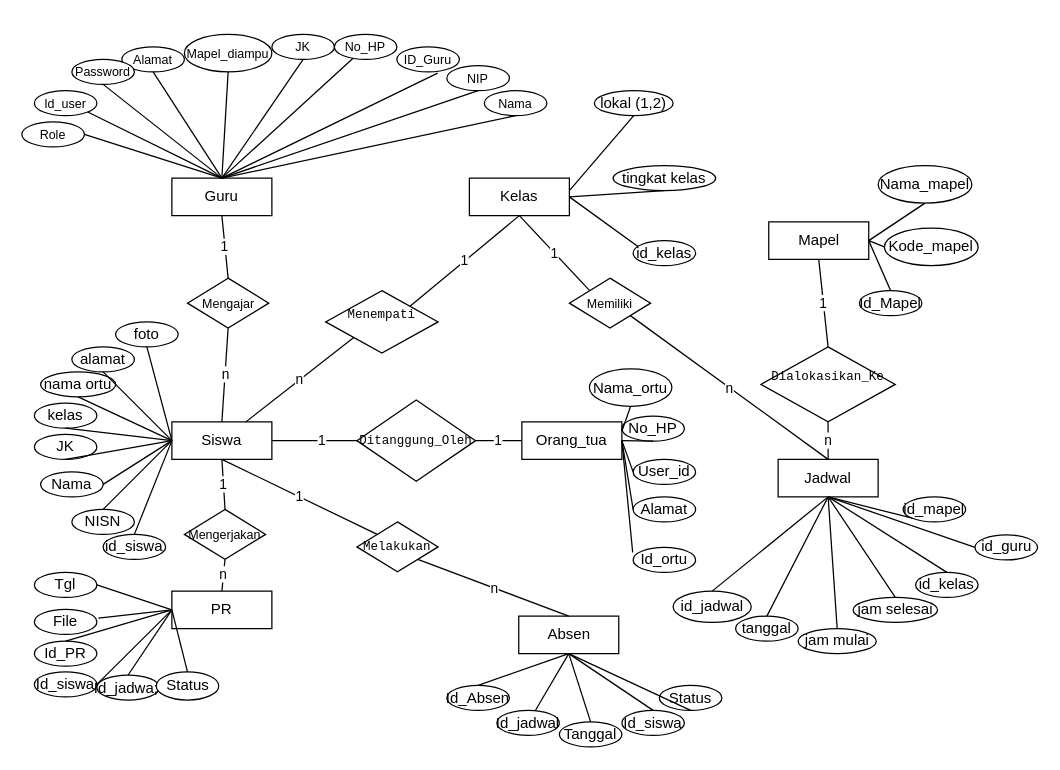
The draw.io diagram page "erd" (1 of 3) of Diagram Tanpa Judul.drawio in bayudani/diagram, before the edit. Source tidied: cells renumbered, new cells numbered last; positions are measured from the earlier drawing's top-left corner, leaving out a move shared by most shapes. Both pictures are drawn from the tidied source at 125%, with x=0, y=0 at pixel (21, 34).
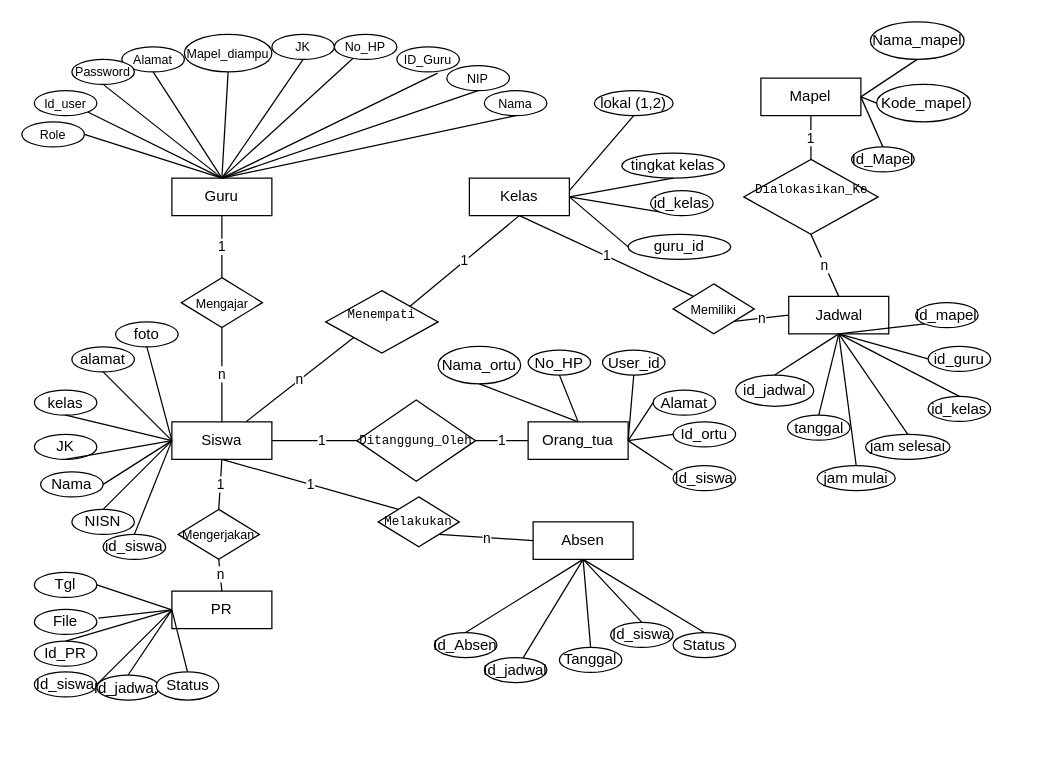
The same diagram, later.

The change refers to these unchanged cells:
```xml
<mxCell id="2" value="Siswa" style="rounded=0;whiteSpace=wrap;html=1;" parent="1" vertex="1">
  <mxGeometry x="120" y="310" width="80" height="30" as="geometry" />
</mxCell>
<mxCell id="6" value="Kelas" style="rounded=0;whiteSpace=wrap;html=1;" parent="1" vertex="1">
  <mxGeometry x="358" y="115" width="80" height="30" as="geometry" />
</mxCell>
```

Change to the diagram source:
```diff
@@
     <mxCell id="4" value="Orang_tua" style="rounded=0;whiteSpace=wrap;html=1;" parent="1" vertex="1">
-      <mxGeometry x="400" y="310" width="80" height="30" as="geometry" />
+      <mxGeometry x="405" y="310" width="80" height="30" as="geometry" />
     </mxCell>
     <mxCell id="5" value="Jadwal" style="rounded=0;whiteSpace=wrap;html=1;" parent="1" vertex="1">
-      <mxGeometry x="605" y="340" width="80" height="30" as="geometry" />
+      <mxGeometry x="613.5" y="209.6" width="80" height="30" as="geometry" />
     </mxCell>
@@
     <mxCell id="7" value="Mapel" style="rounded=0;whiteSpace=wrap;html=1;" parent="1" vertex="1">
-      <mxGeometry x="597.5" y="150" width="80" height="30" as="geometry" />
+      <mxGeometry x="591.2" y="35" width="80" height="30" as="geometry" />
     </mxCell>
@@
     <mxCell id="9" value="Absen" style="rounded=0;whiteSpace=wrap;html=1;" parent="1" vertex="1">
-      <mxGeometry x="397.5" y="465.4" width="80" height="30" as="geometry" />
+      <mxGeometry x="409" y="390" width="80" height="30" as="geometry" />
     </mxCell>
@@
     <mxCell id="20" value="kelas" style="ellipse;whiteSpace=wrap;html=1;" parent="1" vertex="1">
-      <mxGeometry x="10" y="295" width="50" height="20" as="geometry" />
+      <mxGeometry x="10" y="284.6" width="50" height="20" as="geometry" />
     </mxCell>
@@
-    <mxCell id="35" value="nama ortu" style="ellipse;whiteSpace=wrap;html=1;" parent="1" vertex="1">
-      <mxGeometry x="15" y="270" width="60" height="20" as="geometry" />
-    </mxCell>
@@
-    <mxCell id="43" style="endArrow=none;html=1;rounded=0;exitX=0;exitY=0.5;exitDx=0;exitDy=0;entryX=0.5;entryY=1;entryDx=0;entryDy=0;" parent="1" edge="1" source="2" target="35">
-      <mxGeometry relative="1" as="geometry" />
-    </mxCell>
@@
     <mxCell id="46" value="tingkat kelas" style="ellipse;whiteSpace=wrap;html=1;" parent="1" vertex="1">
-      <mxGeometry x="473" y="105" width="82" height="20" as="geometry" />
+      <mxGeometry x="480" y="95" width="82" height="20" as="geometry" />
     </mxCell>
     <mxCell id="47" value="Id_Mapel" style="ellipse;whiteSpace=wrap;html=1;" parent="1" vertex="1">
-      <mxGeometry x="670" y="205" width="50" height="20" as="geometry" />
+      <mxGeometry x="663.8" y="90" width="50" height="20" as="geometry" />
     </mxCell>
@@
     <mxCell id="49" value="Nama_mapel" style="ellipse;whiteSpace=wrap;html=1;" parent="1" vertex="1">
-      <mxGeometry x="685" y="105" width="75" height="30" as="geometry" />
+      <mxGeometry x="678.8" y="-10" width="75" height="30" as="geometry" />
     </mxCell>
@@
     <mxCell id="51" value="Kode_mapel" style="ellipse;whiteSpace=wrap;html=1;" parent="1" vertex="1">
-      <mxGeometry x="690" y="155" width="75" height="30" as="geometry" />
+      <mxGeometry x="683.8" y="40" width="75" height="30" as="geometry" />
     </mxCell>
@@
     <mxCell id="56" value="id_kelas" style="ellipse;whiteSpace=wrap;html=1;" parent="1" vertex="1">
-      <mxGeometry x="489" y="165" width="50" height="20" as="geometry" />
+      <mxGeometry x="503" y="125" width="50" height="20" as="geometry" />
     </mxCell>
@@
     <mxCell id="62" value="Id_Absen" style="ellipse;whiteSpace=wrap;html=1;" parent="1" vertex="1">
-      <mxGeometry x="340" y="520.8" width="50" height="20" as="geometry" />
+      <mxGeometry x="330" y="478.5" width="50" height="20" as="geometry" />
     </mxCell>
     <mxCell id="63" value="Id_siswa" style="ellipse;whiteSpace=wrap;html=1;" parent="1" vertex="1">
-      <mxGeometry x="480" y="540.8" width="50" height="20" as="geometry" />
+      <mxGeometry x="471" y="470.4" width="50" height="20" as="geometry" />
     </mxCell>
     <mxCell id="64" value="Id_jadwal" style="ellipse;whiteSpace=wrap;html=1;" parent="1" vertex="1">
-      <mxGeometry x="380" y="540.8" width="50" height="20" as="geometry" />
+      <mxGeometry x="370" y="498.5" width="50" height="20" as="geometry" />
     </mxCell>
     <mxCell id="65" value="Tanggal" style="ellipse;whiteSpace=wrap;html=1;" parent="1" vertex="1">
-      <mxGeometry x="430" y="550" width="50" height="20" as="geometry" />
+      <mxGeometry x="430" y="490.4" width="50" height="20" as="geometry" />
     </mxCell>
     <mxCell id="66" value="Status" style="ellipse;whiteSpace=wrap;html=1;" parent="1" vertex="1">
-      <mxGeometry x="510" y="520.8" width="50" height="20" as="geometry" />
+      <mxGeometry x="521" y="478.5" width="50" height="20" as="geometry" />
     </mxCell>
@@
-    <mxCell id="71" style="endArrow=none;html=1;rounded=0;entryX=0.5;entryY=1;entryDx=0;entryDy=0;exitX=0.5;exitY=1;exitDx=0;exitDy=0;" parent="1" edge="1" source="66" target="9">
+    <mxCell id="71" style="endArrow=none;html=1;rounded=0;entryX=0.5;entryY=1;entryDx=0;entryDy=0;exitX=0.5;exitY=0;exitDx=0;exitDy=0;" parent="1" edge="1" source="66" target="9">
       <mxGeometry relative="1" as="geometry" />
     </mxCell>
     <mxCell id="72" value="id_jadwal" style="ellipse;whiteSpace=wrap;html=1;" parent="1" vertex="1">
-      <mxGeometry x="521" y="445.4" width="62.5" height="25" as="geometry" />
+      <mxGeometry x="571" y="272.5" width="62.5" height="25" as="geometry" />
     </mxCell>
     <mxCell id="73" value="Id_ortu" style="ellipse;whiteSpace=wrap;html=1;" parent="1" vertex="1">
-      <mxGeometry x="489" y="410.4" width="50" height="20" as="geometry" />
+      <mxGeometry x="521" y="310" width="50" height="20" as="geometry" />
     </mxCell>
     <mxCell id="74" value="jam selesai" style="ellipse;whiteSpace=wrap;html=1;" parent="1" vertex="1">
-      <mxGeometry x="665" y="450.4" width="67.5" height="20" as="geometry" />
+      <mxGeometry x="675" y="320" width="67.5" height="20" as="geometry" />
     </mxCell>
     <mxCell id="75" value="User_id" style="ellipse;whiteSpace=wrap;html=1;" parent="1" vertex="1">
-      <mxGeometry x="489" y="340" width="50" height="20" as="geometry" />
+      <mxGeometry x="464.5" y="252.5" width="50" height="20" as="geometry" />
     </mxCell>
     <mxCell id="76" value="tanggal" style="ellipse;whiteSpace=wrap;html=1;" parent="1" vertex="1">
-      <mxGeometry x="571" y="465.4" width="50" height="20" as="geometry" />
+      <mxGeometry x="612.5" y="304.6" width="50" height="20" as="geometry" />
     </mxCell>
     <mxCell id="77" value="Nama_ortu" style="ellipse;whiteSpace=wrap;html=1;" parent="1" vertex="1">
-      <mxGeometry x="454" y="267.5" width="66" height="30" as="geometry" />
+      <mxGeometry x="333" y="249.6" width="66" height="30" as="geometry" />
     </mxCell>
     <mxCell id="78" value="jam mulai" style="ellipse;whiteSpace=wrap;html=1;" parent="1" vertex="1">
-      <mxGeometry x="621" y="475.4" width="62.5" height="20" as="geometry" />
+      <mxGeometry x="636.2" y="345" width="62.5" height="20" as="geometry" />
     </mxCell>
     <mxCell id="79" value="No_HP" style="ellipse;whiteSpace=wrap;html=1;" parent="1" vertex="1">
-      <mxGeometry x="480" y="305.4" width="50" height="20" as="geometry" />
+      <mxGeometry x="405" y="252.5" width="50" height="20" as="geometry" />
     </mxCell>
     <mxCell id="80" value="id_kelas" style="ellipse;whiteSpace=wrap;html=1;" parent="1" vertex="1">
-      <mxGeometry x="715" y="430.4" width="50" height="20" as="geometry" />
+      <mxGeometry x="725" y="289.6" width="50" height="20" as="geometry" />
     </mxCell>
     <mxCell id="81" value="Alamat" style="ellipse;whiteSpace=wrap;html=1;" parent="1" vertex="1">
-      <mxGeometry x="489" y="370" width="50" height="20" as="geometry" />
+      <mxGeometry x="505" y="284.6" width="50" height="20" as="geometry" />
     </mxCell>
@@
-    <mxCell id="85" style="endArrow=none;html=1;rounded=0;entryX=1;entryY=0.25;entryDx=0;entryDy=0;exitX=0.5;exitY=1;exitDx=0;exitDy=0;" parent="1" edge="1" source="77" target="4">
+    <mxCell id="85" style="endArrow=none;html=1;rounded=0;entryX=0.5;entryY=0;entryDx=0;entryDy=0;exitX=0.5;exitY=1;exitDx=0;exitDy=0;" parent="1" edge="1" source="77" target="4">
       <mxGeometry relative="1" as="geometry" />
     </mxCell>
@@
-    <mxCell id="87" style="endArrow=none;html=1;rounded=0;entryX=1;entryY=0.5;entryDx=0;entryDy=0;exitX=0.5;exitY=1;exitDx=0;exitDy=0;" parent="1" edge="1" source="79" target="4">
+    <mxCell id="87" style="endArrow=none;html=1;rounded=0;entryX=0.5;entryY=0;entryDx=0;entryDy=0;exitX=0.5;exitY=1;exitDx=0;exitDy=0;" parent="1" edge="1" source="79" target="4">
       <mxGeometry relative="1" as="geometry" />
     </mxCell>
@@
-    <mxCell id="89" style="endArrow=none;html=1;rounded=0;entryX=1;entryY=0.5;entryDx=0;entryDy=0;exitX=0;exitY=0.5;exitDx=0;exitDy=0;" parent="1" edge="1" source="75" target="4">
+    <mxCell id="89" style="endArrow=none;html=1;rounded=0;entryX=1;entryY=0.5;entryDx=0;entryDy=0;exitX=0.5;exitY=1;exitDx=0;exitDy=0;" parent="1" edge="1" source="75" target="4">
       <mxGeometry relative="1" as="geometry" />
     </mxCell>
@@
-    <mxCell id="91" style="endArrow=none;html=1;rounded=0;entryX=1;entryY=0.5;entryDx=0;entryDy=0;exitX=-0.007;exitY=0.205;exitDx=0;exitDy=0;exitPerimeter=0;" parent="1" edge="1" source="73" target="4">
+    <mxCell id="91" style="endArrow=none;html=1;rounded=0;entryX=1;entryY=0.5;entryDx=0;entryDy=0;exitX=0;exitY=0.5;exitDx=0;exitDy=0;" parent="1" edge="1" source="73" target="4">
       <mxGeometry relative="1" as="geometry" />
     </mxCell>
@@
     <mxCell id="93" value="id_mapel" style="ellipse;whiteSpace=wrap;html=1;" parent="1" vertex="1">
-      <mxGeometry x="705" y="370" width="50" height="20" as="geometry" />
+      <mxGeometry x="715" y="214.6" width="50" height="20" as="geometry" />
     </mxCell>
     <mxCell id="94" value="id_guru" style="ellipse;whiteSpace=wrap;html=1;" parent="1" vertex="1">
-      <mxGeometry x="762.5" y="400.4" width="50" height="20" as="geometry" />
+      <mxGeometry x="725" y="249.6" width="50" height="20" as="geometry" />
     </mxCell>
@@
     <mxCell id="104" value="Mengajar" style="rhombus;whiteSpace=wrap;html=1;fontSize=10;" parent="1" vertex="1">
-      <mxGeometry x="132.5" y="195" width="65" height="40" as="geometry" />
+      <mxGeometry x="127.5" y="194.6" width="65" height="40" as="geometry" />
     </mxCell>
@@
     <mxCell id="108" value="&lt;font style=&quot;font-size: 10px;&quot;&gt;Mengerjakan&lt;/font&gt;" style="rhombus;whiteSpace=wrap;html=1;" parent="1" vertex="1">
-      <mxGeometry x="130" y="380" width="65" height="40" as="geometry" />
+      <mxGeometry x="125" y="380" width="65" height="40" as="geometry" />
     </mxCell>
@@
     <mxCell id="113" value="Memiliki" style="rhombus;whiteSpace=wrap;html=1;fontSize=10;" parent="1" vertex="1">
-      <mxGeometry x="438" y="195" width="65" height="40" as="geometry" />
+      <mxGeometry x="521" y="199.6" width="65" height="40" as="geometry" />
     </mxCell>
@@
-    <mxCell id="115" value="n" style="endArrow=none;html=1;rounded=0;entryX=0.5;entryY=0;entryDx=0;entryDy=0;exitX=1;exitY=1;exitDx=0;exitDy=0;" parent="1" edge="1" source="113" target="5">
+    <mxCell id="115" value="n" style="endArrow=none;html=1;rounded=0;entryX=0;entryY=0.5;entryDx=0;entryDy=0;exitX=1;exitY=1;exitDx=0;exitDy=0;" parent="1" edge="1" source="113" target="5">
       <mxGeometry relative="1" as="geometry" />
     </mxCell>
     <mxCell id="116" value="&#10;&lt;p&gt;&lt;code&gt;Dialokasikan_Ke&lt;/code&gt; &lt;/p&gt;&#10;&#10;" style="rhombus;whiteSpace=wrap;html=1;fontSize=10;" parent="1" vertex="1">
-      <mxGeometry x="591.2" y="250" width="107.5" height="60" as="geometry" />
+      <mxGeometry x="577.5" y="100" width="107.5" height="60" as="geometry" />
     </mxCell>
@@
     <mxCell id="122" value="&lt;p&gt;&lt;code&gt;Melakukan&lt;/code&gt;&lt;/p&gt;" style="rhombus;whiteSpace=wrap;html=1;fontSize=10;" parent="1" vertex="1">
-      <mxGeometry x="268" y="390" width="65" height="40" as="geometry" />
+      <mxGeometry x="285" y="370" width="65" height="40" as="geometry" />
     </mxCell>
@@
-    <mxCell id="124" value="n" style="endArrow=none;html=1;rounded=0;entryX=0.5;entryY=0;entryDx=0;entryDy=0;exitX=1;exitY=1;exitDx=0;exitDy=0;" parent="1" edge="1" source="122" target="9">
+    <mxCell id="124" value="n" style="endArrow=none;html=1;rounded=0;entryX=0;entryY=0.5;entryDx=0;entryDy=0;exitX=1;exitY=1;exitDx=0;exitDy=0;" parent="1" edge="1" source="122" target="9">
       <mxGeometry relative="1" as="geometry" />
     </mxCell>
@@
+    <mxCell id="126" value="Id_siswa" style="ellipse;whiteSpace=wrap;html=1;" parent="1" vertex="1">
+      <mxGeometry x="521" y="345" width="50" height="20" as="geometry" />
+    </mxCell>
+    <mxCell id="127" style="endArrow=none;html=1;rounded=0;entryX=1;entryY=0.5;entryDx=0;entryDy=0;exitX=-0.008;exitY=0.181;exitDx=0;exitDy=0;exitPerimeter=0;" parent="1" edge="1" source="126" target="4">
+      <mxGeometry relative="1" as="geometry" />
+    </mxCell>
+    <mxCell id="128" value="guru_id" style="ellipse;whiteSpace=wrap;html=1;" parent="1" vertex="1">
+      <mxGeometry x="485" y="160" width="82" height="20" as="geometry" />
+    </mxCell>
+    <mxCell id="129" style="endArrow=none;html=1;rounded=0;exitX=1;exitY=0.5;exitDx=0;exitDy=0;entryX=0;entryY=0.5;entryDx=0;entryDy=0;" parent="1" edge="1" source="6" target="128">
+      <mxGeometry relative="1" as="geometry" />
+    </mxCell>
```
